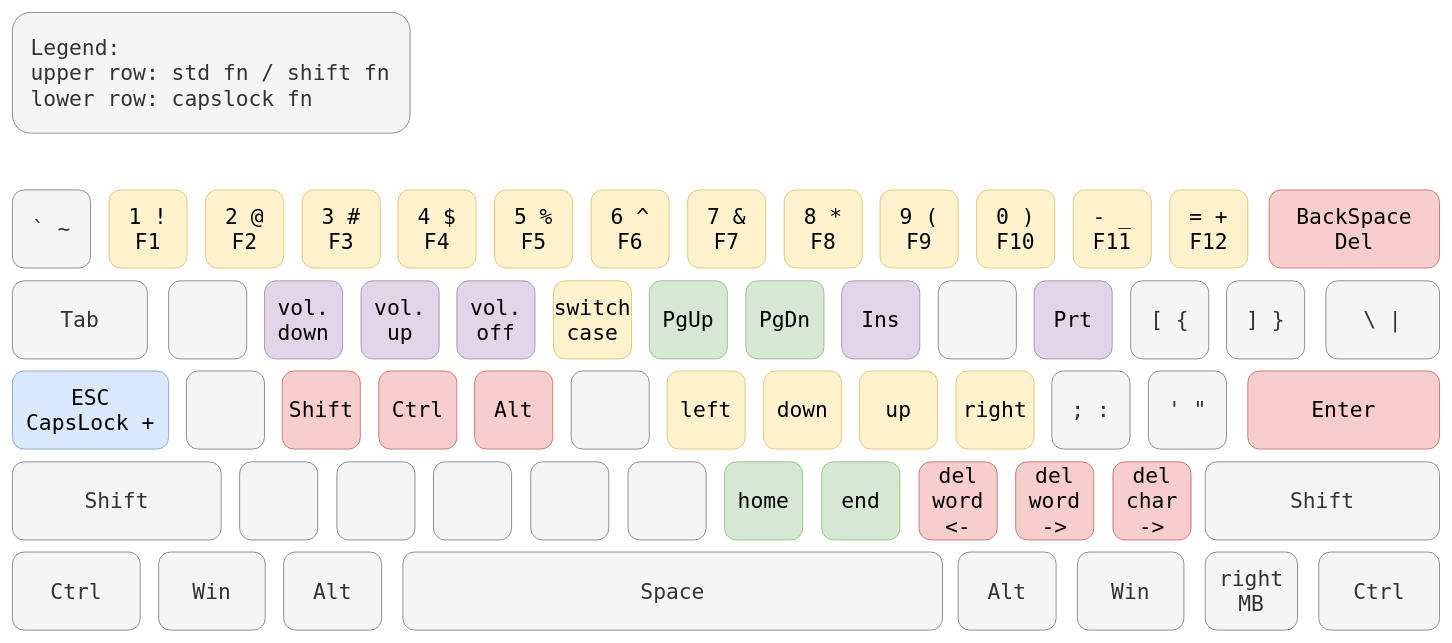
Above: page "mapping" (2 of 2) of drawio/keymap.drawio in AdamJel/win-capslock-usefull (draw.io), before the change. Source tidied: cells renumbered, new cells numbered last; positions are measured from the earlier drawing's top-left corner, leaving out a move shared by most shapes. Both pictures are drawn from the tidied source at 71%, with x=0, y=0 at pixel (12, 12).
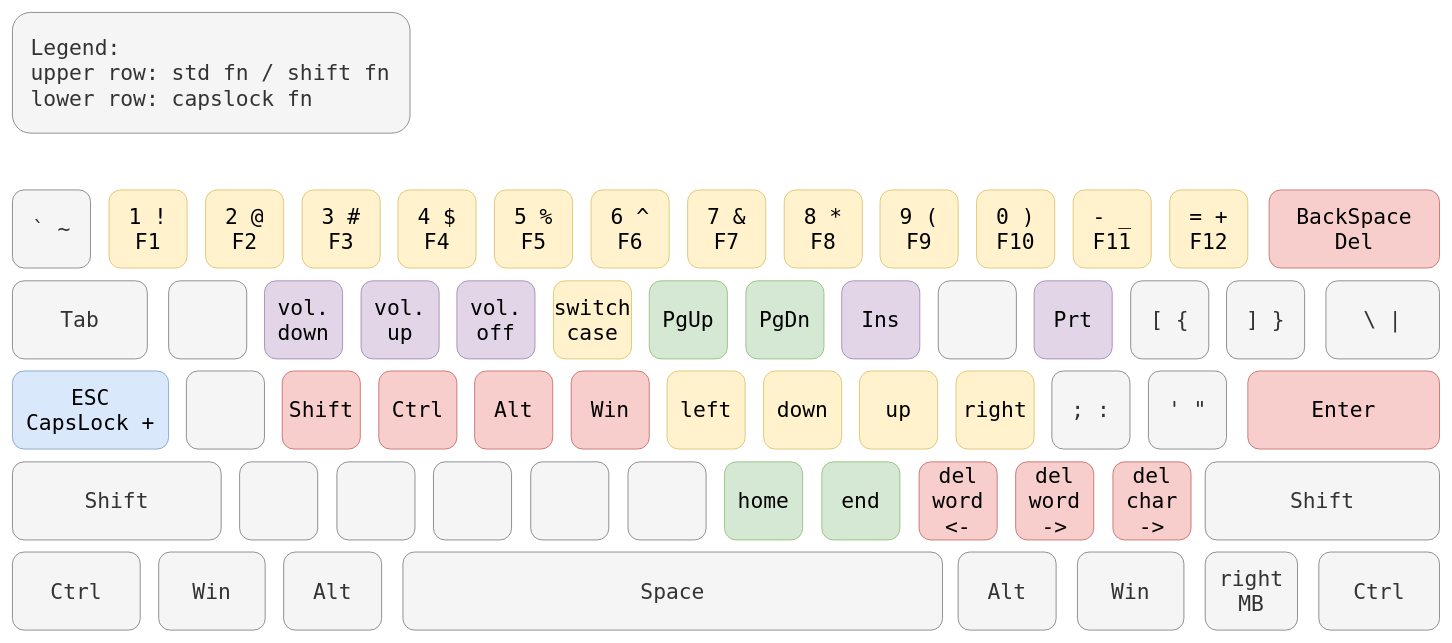
The same diagram, later.

The edit, as a diff of the source:
```diff
@@
-    <mxCell id="39" value="&lt;div&gt;&lt;br&gt;&lt;/div&gt;" style="rounded=1;whiteSpace=wrap;html=1;fillColor=#f5f5f5;strokeColor=#666666;fontSize=30;fontFamily=Lucida Console;align=center;fontColor=#333333;" parent="1" vertex="1">
+    <mxCell id="39" value="&lt;div&gt;Win&lt;/div&gt;" style="rounded=1;whiteSpace=wrap;html=1;fillColor=#f8cecc;strokeColor=#b85450;fontSize=30;fontFamily=Lucida Console;align=center;" parent="1" vertex="1">
       <mxGeometry x="787" y="505" width="110" height="110" as="geometry" />
     </mxCell>
```
